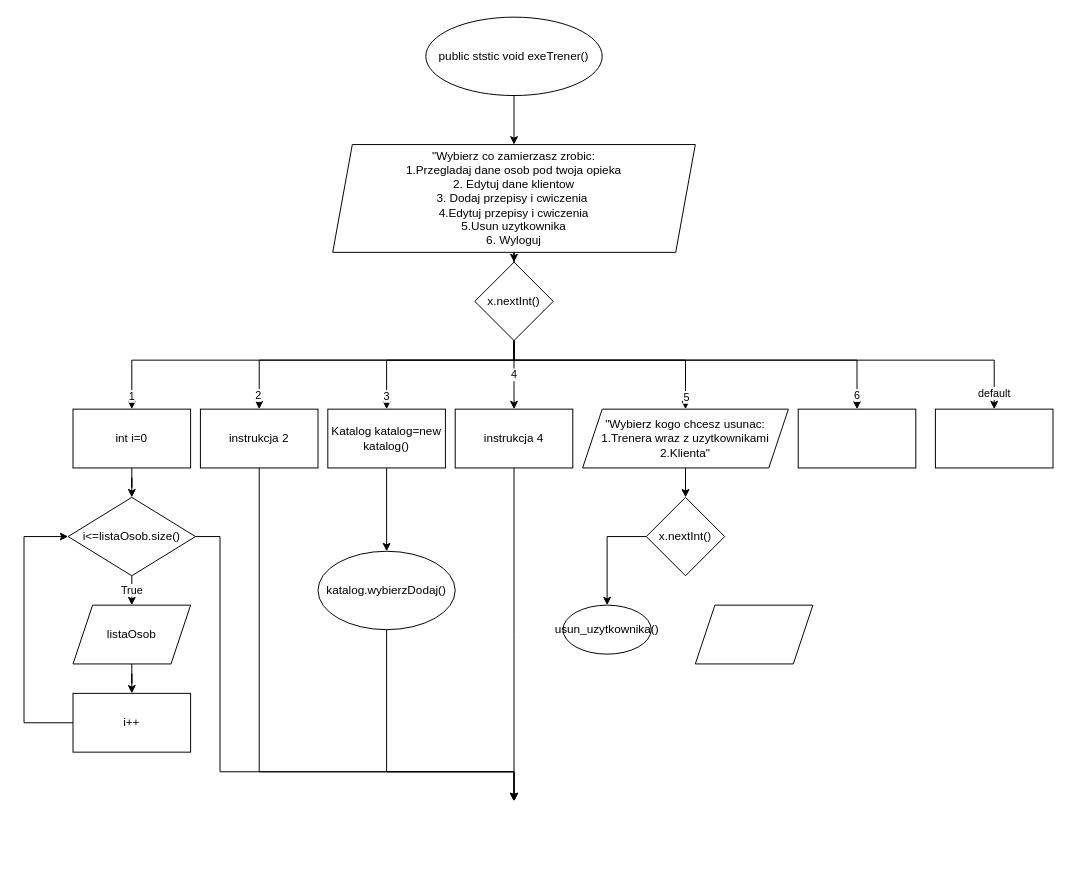
Before: page "exeTrener" (5 of 10) of Untitled Diagram.drawio in szarl/Projekt-Programowanie-Obiektowe, a draw.io diagram. Source tidied: cells renumbered, new cells numbered last; positions are measured from the earlier drawing's top-left corner, leaving out a move shared by most shapes. Both pictures are drawn from the tidied source at 98%, with x=0, y=0 at pixel (24, 17).
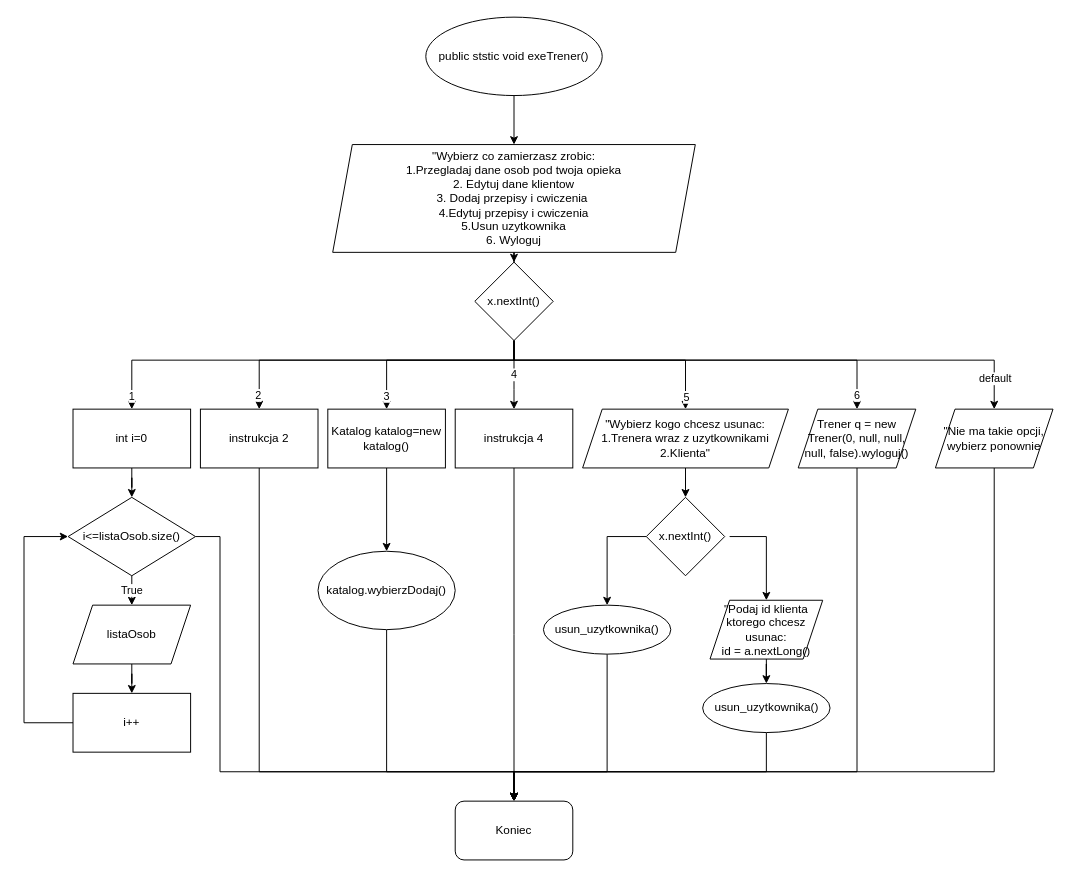
After the change.

The change refers to these unchanged cells:
```xml
<mxCell id="19" value="x.nextInt()" style="rhombus;whiteSpace=wrap;html=1;" parent="1" vertex="1">
  <mxGeometry x="460" y="250" width="80" height="80" as="geometry" />
</mxCell>
```

Change to the diagram source:
```diff
@@
-    <mxCell id="15" style="edgeStyle=orthogonalEdgeStyle;rounded=0;jettySize=auto;html=1;entryX=0.5;entryY=0;entryDx=0;entryDy=0;" parent="1" edge="1" source="19" target="26">
+    <mxCell id="15" style="edgeStyle=orthogonalEdgeStyle;rounded=0;jettySize=auto;html=1;entryX=0.5;entryY=0;entryDx=0;entryDy=0;" parent="1" edge="1" source="19">
       <mxGeometry relative="1" as="geometry">
+        <mxPoint x="850" y="400" as="targetPoint" />
         <Array as="points">
           <mxPoint x="500" y="350" />
           <mxPoint x="850" y="350" />
         </Array>
       </mxGeometry>
     </mxCell>
@@
-    <mxCell id="17" style="edgeStyle=orthogonalEdgeStyle;rounded=0;jettySize=auto;html=1;entryX=0.5;entryY=0;entryDx=0;entryDy=0;" parent="1" edge="1" source="19" target="27">
+    <mxCell id="17" style="edgeStyle=orthogonalEdgeStyle;rounded=0;jettySize=auto;html=1;" parent="1" edge="1" source="19">
       <mxGeometry relative="1" as="geometry">
+        <mxPoint x="990" y="400" as="targetPoint" />
         <Array as="points">
           <mxPoint x="500" y="350" />
           <mxPoint x="990" y="350" />
         </Array>
       </mxGeometry>
     </mxCell>
     <mxCell id="18" value="default" style="edgeLabel;html=1;align=center;verticalAlign=middle;" parent="17" vertex="1">
-      <mxGeometry x="0.94" y="-1" relative="1" as="geometry" />
+      <mxGeometry x="0.94" y="-1" relative="1" as="geometry">
+        <mxPoint x="1" y="-15" as="offset" />
+      </mxGeometry>
     </mxCell>
@@
-    <mxCell id="26" style="rounded=0;whiteSpace=wrap;html=1;" parent="1" vertex="1">
-      <mxGeometry x="790" y="400" width="120" height="60" as="geometry" />
-    </mxCell>
-    <mxCell id="27" style="rounded=0;whiteSpace=wrap;html=1;" parent="1" vertex="1">
-      <mxGeometry x="930" y="400" width="120" height="60" as="geometry" />
-    </mxCell>
@@
+    <mxCell id="45" style="edgeStyle=orthogonalEdgeStyle;rounded=0;jettySize=auto;html=1;entryX=0.5;entryY=0;entryDx=0;entryDy=0;" parent="1" edge="1" target="44">
+      <mxGeometry relative="1" as="geometry">
+        <mxPoint x="720" y="530" as="sourcePoint" />
+        <Array as="points">
+          <mxPoint x="758" y="530" />
+        </Array>
+      </mxGeometry>
+    </mxCell>
@@
+    <mxCell id="46" style="edgeStyle=orthogonalEdgeStyle;rounded=0;jettySize=auto;html=1;" parent="1" edge="1" source="43">
+      <mxGeometry relative="1" as="geometry">
+        <mxPoint x="500" y="800" as="targetPoint" />
+        <Array as="points">
+          <mxPoint x="595" y="770" />
+          <mxPoint x="500" y="770" />
+        </Array>
+      </mxGeometry>
+    </mxCell>
     <mxCell id="43" value="usun_uzytkownika()" style="ellipse;whiteSpace=wrap;html=1;" parent="1" vertex="1">
-      <mxGeometry x="550" y="600" width="90" height="50" as="geometry" />
+      <mxGeometry x="530" y="600" width="130" height="50" as="geometry" />
     </mxCell>
+    <mxCell id="47" style="edgeStyle=orthogonalEdgeStyle;rounded=0;jettySize=auto;html=1;entryX=0.5;entryY=0;entryDx=0;entryDy=0;" parent="1" edge="1" source="44" target="49">
+      <mxGeometry relative="1" as="geometry" />
+    </mxCell>
-    <mxCell id="44" style="shape=parallelogram;perimeter=parallelogramPerimeter;whiteSpace=wrap;html=1;fixedSize=1;" parent="1" vertex="1">
-      <mxGeometry x="685" y="600" width="120" height="60" as="geometry" />
+    <mxCell id="44" value="&lt;div&gt;&quot;Podaj id klienta ktorego chcesz usunac: &lt;br&gt;&lt;/div&gt;&lt;div&gt;id = a.nextLong()&lt;br&gt;&lt;/div&gt;" style="shape=parallelogram;perimeter=parallelogramPerimeter;whiteSpace=wrap;html=1;fixedSize=1;" parent="1" vertex="1">
+      <mxGeometry x="700" y="595" width="115" height="60" as="geometry" />
     </mxCell>
+    <mxCell id="48" style="edgeStyle=orthogonalEdgeStyle;rounded=0;jettySize=auto;html=1;" parent="1" edge="1" source="49">
+      <mxGeometry relative="1" as="geometry">
+        <mxPoint x="500" y="800" as="targetPoint" />
+        <Array as="points">
+          <mxPoint x="758" y="770" />
+        </Array>
+      </mxGeometry>
+    </mxCell>
+    <mxCell id="49" value="usun_uzytkownika()" style="ellipse;whiteSpace=wrap;html=1;" parent="1" vertex="1">
+      <mxGeometry x="692.5" y="680" width="130" height="50" as="geometry" />
+    </mxCell>
+    <mxCell id="50" style="edgeStyle=orthogonalEdgeStyle;rounded=0;jettySize=auto;html=1;" parent="1" edge="1" source="51">
+      <mxGeometry relative="1" as="geometry">
+        <mxPoint x="500" y="800" as="targetPoint" />
+        <Array as="points">
+          <mxPoint x="990" y="770" />
+          <mxPoint x="500" y="770" />
+        </Array>
+      </mxGeometry>
+    </mxCell>
+    <mxCell id="51" value="&quot;Nie ma takie opcji, wybierz ponownie" style="shape=parallelogram;perimeter=parallelogramPerimeter;whiteSpace=wrap;html=1;fixedSize=1;" parent="1" vertex="1">
+      <mxGeometry x="930" y="400" width="120" height="60" as="geometry" />
+    </mxCell>
+    <mxCell id="52" style="edgeStyle=orthogonalEdgeStyle;rounded=0;jettySize=auto;html=1;" parent="1" edge="1" source="53">
+      <mxGeometry relative="1" as="geometry">
+        <mxPoint x="500" y="800" as="targetPoint" />
+        <Array as="points">
+          <mxPoint x="850" y="770" />
+          <mxPoint x="500" y="770" />
+        </Array>
+      </mxGeometry>
+    </mxCell>
+    <mxCell id="53" value="Trener q = new Trener(0, null, null, null, false).wyloguj()" style="shape=parallelogram;perimeter=parallelogramPerimeter;whiteSpace=wrap;html=1;fixedSize=1;" parent="1" vertex="1">
+      <mxGeometry x="790" y="400" width="120" height="60" as="geometry" />
+    </mxCell>
+    <mxCell id="54" value="Koniec" style="rounded=1;whiteSpace=wrap;html=1;" parent="1" vertex="1">
+      <mxGeometry x="440" y="800" width="120" height="60" as="geometry" />
+    </mxCell>
```
